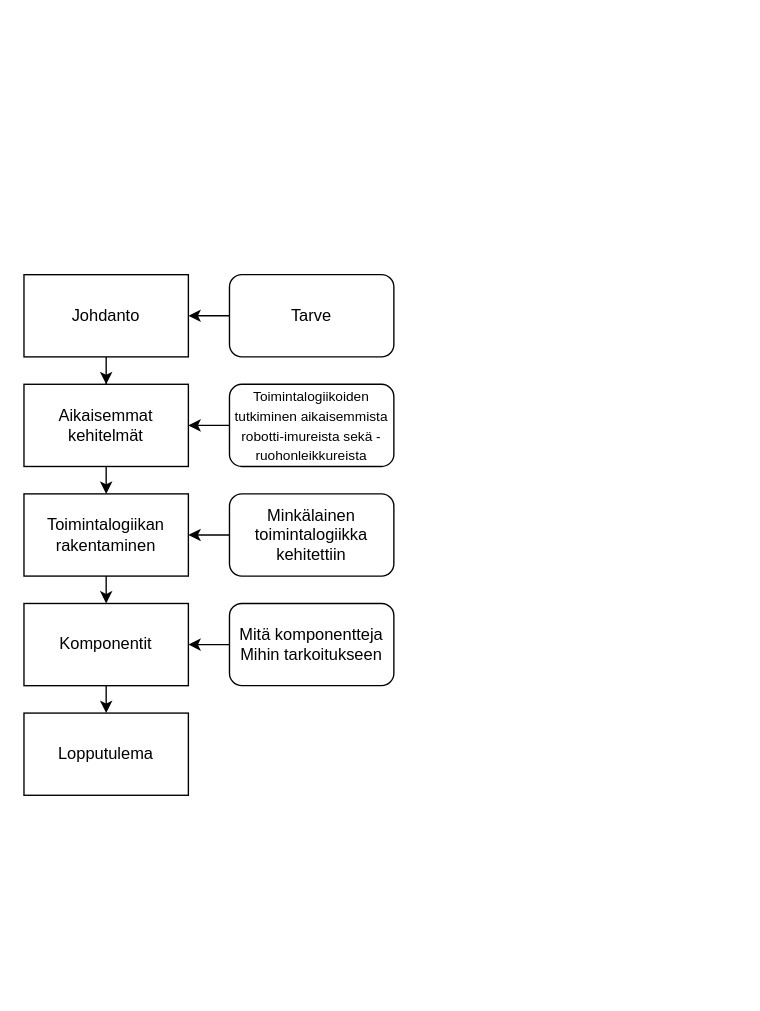
The draw.io diagram thesis_delimination_and_timing.drawio in ihalainev/harjarobotti, before the edit. Source tidied: cells renumbered, new cells numbered last; positions are measured from the earlier drawing's top-left corner, leaving out a move shared by most shapes. Both pictures are drawn from the tidied source at 137%, with x=0, y=0 at pixel (23, 274).
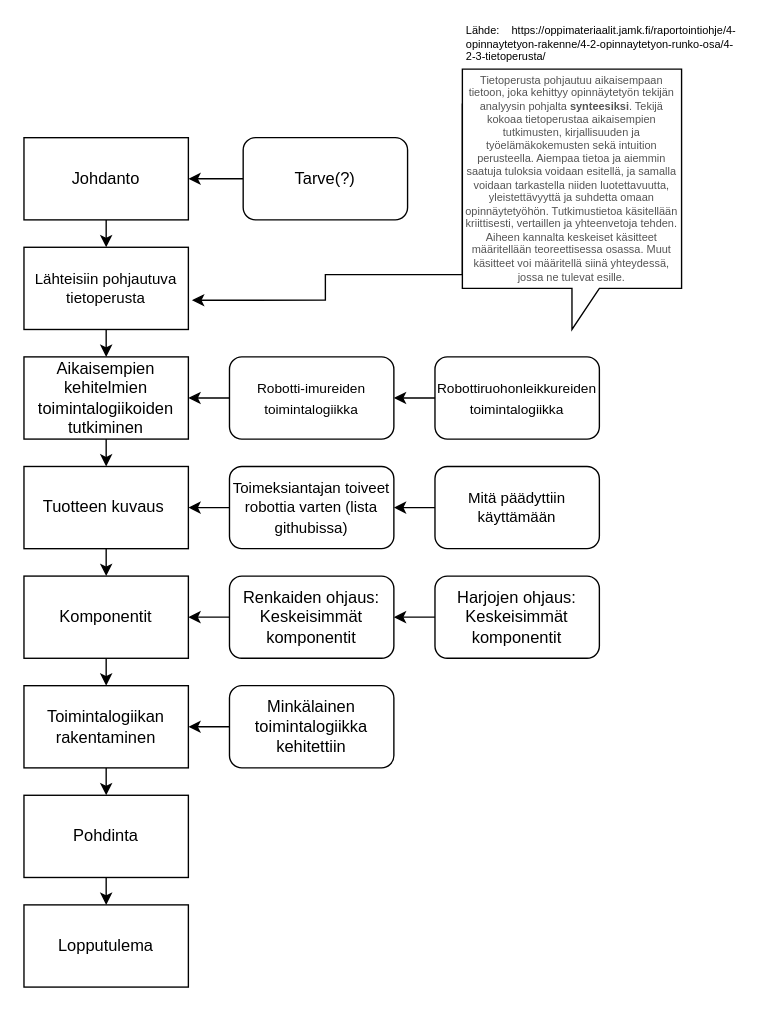
The same page after the edit.

What changed in the source:
```diff
@@
-    <mxCell id="2" style="edgeStyle=orthogonalEdgeStyle;rounded=0;jettySize=auto;html=1;exitX=0.5;exitY=1;exitDx=0;exitDy=0;" parent="1" edge="1" source="3" target="9">
-      <mxGeometry relative="1" as="geometry" />
-    </mxCell>
+    <mxCell id="19" style="edgeStyle=orthogonalEdgeStyle;rounded=0;jettySize=auto;html=1;exitX=0.5;exitY=1;exitDx=0;exitDy=0;entryX=0.5;entryY=0;entryDx=0;entryDy=0;fontSize=11;" parent="1" edge="1" source="3" target="35">
+      <mxGeometry relative="1" as="geometry" />
+    </mxCell>
     <mxCell id="3" value="Johdanto" style="rounded=0;whiteSpace=wrap;html=1;" parent="1" vertex="1">
-      <mxGeometry width="120" height="60" as="geometry" />
+      <mxGeometry y="-100" width="120" height="60" as="geometry" />
     </mxCell>
-    <mxCell id="4" style="edgeStyle=orthogonalEdgeStyle;rounded=0;jettySize=auto;html=1;exitX=0.5;exitY=1;exitDx=0;exitDy=0;entryX=0.5;entryY=0;entryDx=0;entryDy=0;" parent="1" edge="1" source="5" target="7">
-      <mxGeometry relative="1" as="geometry" />
-    </mxCell>
+    <mxCell id="20" style="edgeStyle=orthogonalEdgeStyle;rounded=0;jettySize=auto;html=1;exitX=0.5;exitY=1;exitDx=0;exitDy=0;entryX=0.5;entryY=0;entryDx=0;entryDy=0;fontSize=8;" parent="1" edge="1" source="5" target="40">
+      <mxGeometry relative="1" as="geometry" />
+    </mxCell>
     <mxCell id="5" value="Toimintalogiikan rakentaminen" style="rounded=0;whiteSpace=wrap;html=1;" parent="1" vertex="1">
-      <mxGeometry y="160" width="120" height="60" as="geometry" />
+      <mxGeometry y="300" width="120" height="60" as="geometry" />
     </mxCell>
-    <mxCell id="6" style="edgeStyle=orthogonalEdgeStyle;rounded=0;jettySize=auto;html=1;exitX=0.5;exitY=1;exitDx=0;exitDy=0;entryX=0.5;entryY=0;entryDx=0;entryDy=0;" parent="1" edge="1" source="7" target="18">
-      <mxGeometry relative="1" as="geometry" />
-    </mxCell>
+    <mxCell id="21" style="edgeStyle=orthogonalEdgeStyle;rounded=0;jettySize=auto;html=1;exitX=0.5;exitY=1;exitDx=0;exitDy=0;entryX=0.5;entryY=0;entryDx=0;entryDy=0;fontSize=8;" parent="1" edge="1" source="7" target="5">
+      <mxGeometry relative="1" as="geometry" />
+    </mxCell>
     <mxCell id="7" value="Komponentit" style="whiteSpace=wrap;html=1;" parent="1" vertex="1">
-      <mxGeometry y="240" width="120" height="60" as="geometry" />
+      <mxGeometry y="220" width="120" height="60" as="geometry" />
     </mxCell>
-    <mxCell id="8" style="edgeStyle=orthogonalEdgeStyle;rounded=0;jettySize=auto;html=1;exitX=0.5;exitY=1;exitDx=0;exitDy=0;entryX=0.5;entryY=0;entryDx=0;entryDy=0;" parent="1" edge="1" source="9" target="5">
-      <mxGeometry relative="1" as="geometry" />
-    </mxCell>
+    <mxCell id="22" style="edgeStyle=orthogonalEdgeStyle;rounded=0;jettySize=auto;html=1;exitX=0.5;exitY=1;exitDx=0;exitDy=0;fontSize=12;entryX=0.5;entryY=0;entryDx=0;entryDy=0;" parent="1" edge="1" source="9" target="29">
+      <mxGeometry relative="1" as="geometry" />
+    </mxCell>
-    <mxCell id="9" value="Aikaisemmat kehitelmät" style="whiteSpace=wrap;html=1;" parent="1" vertex="1">
-      <mxGeometry y="80" width="120" height="60" as="geometry" />
+    <mxCell id="9" value="Aikaisempien kehitelmien toimintalogiikoiden tutkiminen" style="whiteSpace=wrap;html=1;" parent="1" vertex="1">
+      <mxGeometry y="60" width="120" height="60" as="geometry" />
     </mxCell>
-    <mxCell id="10" style="edgeStyle=orthogonalEdgeStyle;rounded=0;jettySize=auto;html=1;exitX=0;exitY=0.5;exitDx=0;exitDy=0;entryX=1;entryY=0.5;entryDx=0;entryDy=0;" parent="1" edge="1" target="3">
-      <mxGeometry relative="1" as="geometry">
-        <mxPoint x="150" y="30" as="sourcePoint" />
-      </mxGeometry>
-    </mxCell>
+    <mxCell id="23" style="edgeStyle=orthogonalEdgeStyle;rounded=0;jettySize=auto;html=1;exitX=0;exitY=0.5;exitDx=0;exitDy=0;entryX=1;entryY=0.5;entryDx=0;entryDy=0;fontSize=12;" parent="1" edge="1" source="11" target="3">
+      <mxGeometry relative="1" as="geometry" />
+    </mxCell>
-    <mxCell id="11" value="Tarve" style="rounded=1;whiteSpace=wrap;html=1;" parent="1" vertex="1">
-      <mxGeometry x="150" width="120" height="60" as="geometry" />
+    <mxCell id="11" value="Tarve(?)" style="rounded=1;whiteSpace=wrap;html=1;" parent="1" vertex="1">
+      <mxGeometry x="160" y="-100" width="120" height="60" as="geometry" />
     </mxCell>
@@
-    <mxCell id="13" value="&lt;font style=&quot;font-size: 10px&quot;&gt;Toimintalogiikoiden tutkiminen aikaisemmista robotti-imureista sekä -ruohonleikkureista&lt;/font&gt;" style="rounded=1;whiteSpace=wrap;html=1;" parent="1" vertex="1">
-      <mxGeometry x="150" y="80" width="120" height="60" as="geometry" />
+    <mxCell id="13" value="&lt;font style=&quot;font-size: 10px&quot;&gt;Robotti-imureiden toimintalogiikka&lt;/font&gt;" style="rounded=1;whiteSpace=wrap;html=1;" parent="1" vertex="1">
+      <mxGeometry x="150" y="60" width="120" height="60" as="geometry" />
     </mxCell>
@@
     <mxCell id="15" value="Minkälainen toimintalogiikka kehitettiin" style="rounded=1;whiteSpace=wrap;html=1;" parent="1" vertex="1">
-      <mxGeometry x="150" y="160" width="120" height="60" as="geometry" />
+      <mxGeometry x="150" y="300" width="120" height="60" as="geometry" />
     </mxCell>
@@
-    <mxCell id="17" value="Mitä komponentteja Mihin tarkoitukseen" style="rounded=1;whiteSpace=wrap;html=1;" parent="1" vertex="1">
-      <mxGeometry x="150" y="240" width="120" height="60" as="geometry" />
+    <mxCell id="17" value="Renkaiden ohjaus: Keskeisimmät komponentit" style="rounded=1;whiteSpace=wrap;html=1;" parent="1" vertex="1">
+      <mxGeometry x="150" y="220" width="120" height="60" as="geometry" />
     </mxCell>
     <mxCell id="18" value="Lopputulema" style="rounded=0;whiteSpace=wrap;html=1;" parent="1" vertex="1">
-      <mxGeometry y="320" width="120" height="60" as="geometry" />
+      <mxGeometry y="460" width="120" height="60" as="geometry" />
     </mxCell>
+    <mxCell id="24" style="edgeStyle=orthogonalEdgeStyle;rounded=0;jettySize=auto;html=1;exitX=0;exitY=0.5;exitDx=0;exitDy=0;entryX=1;entryY=0.5;entryDx=0;entryDy=0;" parent="1" edge="1" source="25" target="13">
+      <mxGeometry relative="1" as="geometry" />
+    </mxCell>
+    <mxCell id="25" value="&lt;div&gt;&lt;span&gt;&lt;font style=&quot;font-size: 10px&quot;&gt;Robottiruohonleikkureiden toimintalogiikka&lt;/font&gt;&lt;/span&gt;&lt;/div&gt;" style="rounded=1;whiteSpace=wrap;html=1;align=center;" parent="1" vertex="1">
+      <mxGeometry x="300" y="60" width="120" height="60" as="geometry" />
+    </mxCell>
+    <mxCell id="26" style="edgeStyle=orthogonalEdgeStyle;rounded=0;jettySize=auto;html=1;exitX=0;exitY=0.5;exitDx=0;exitDy=0;entryX=1;entryY=0.5;entryDx=0;entryDy=0;fontSize=10;" parent="1" edge="1" source="27" target="17">
+      <mxGeometry relative="1" as="geometry" />
+    </mxCell>
+    <mxCell id="27" value="&lt;font style=&quot;font-size: 12px&quot;&gt;Harjojen ohjaus: Keskeisimmät komponentit&lt;/font&gt;" style="rounded=1;whiteSpace=wrap;html=1;fontSize=10;" parent="1" vertex="1">
+      <mxGeometry x="300" y="220" width="120" height="60" as="geometry" />
+    </mxCell>
+    <mxCell id="28" style="edgeStyle=orthogonalEdgeStyle;rounded=0;jettySize=auto;html=1;exitX=0.5;exitY=1;exitDx=0;exitDy=0;entryX=0.5;entryY=0;entryDx=0;entryDy=0;fontSize=8;" parent="1" edge="1" source="29" target="7">
+      <mxGeometry relative="1" as="geometry" />
+    </mxCell>
+    <mxCell id="29" value="Tuotteen kuvaus&amp;nbsp;" style="rounded=0;whiteSpace=wrap;html=1;fontSize=12;" parent="1" vertex="1">
+      <mxGeometry y="140" width="120" height="60" as="geometry" />
+    </mxCell>
+    <mxCell id="30" style="edgeStyle=orthogonalEdgeStyle;rounded=0;jettySize=auto;html=1;exitX=0;exitY=0.5;exitDx=0;exitDy=0;entryX=1;entryY=0.5;entryDx=0;entryDy=0;fontSize=12;" parent="1" edge="1" source="31" target="29">
+      <mxGeometry relative="1" as="geometry" />
+    </mxCell>
+    <mxCell id="31" value="&lt;font style=&quot;font-size: 11px&quot;&gt;Toimeksiantajan toiveet robottia varten (lista githubissa)&lt;/font&gt;" style="rounded=1;whiteSpace=wrap;html=1;fontSize=12;" parent="1" vertex="1">
+      <mxGeometry x="150" y="140" width="120" height="60" as="geometry" />
+    </mxCell>
+    <mxCell id="32" style="edgeStyle=orthogonalEdgeStyle;rounded=0;jettySize=auto;html=1;exitX=0;exitY=0.5;exitDx=0;exitDy=0;entryX=1;entryY=0.5;entryDx=0;entryDy=0;fontSize=12;" parent="1" edge="1" source="33" target="31">
+      <mxGeometry relative="1" as="geometry" />
+    </mxCell>
+    <mxCell id="33" value="Mitä päädyttiin käyttämään" style="rounded=1;whiteSpace=wrap;html=1;fontSize=11;" parent="1" vertex="1">
+      <mxGeometry x="300" y="140" width="120" height="60" as="geometry" />
+    </mxCell>
+    <mxCell id="34" style="edgeStyle=orthogonalEdgeStyle;rounded=0;jettySize=auto;html=1;exitX=0.5;exitY=1;exitDx=0;exitDy=0;entryX=0.5;entryY=0;entryDx=0;entryDy=0;fontSize=11;" parent="1" edge="1" source="35" target="9">
+      <mxGeometry relative="1" as="geometry" />
+    </mxCell>
+    <mxCell id="35" value="Lähteisiin pohjautuva tietoperusta" style="rounded=0;whiteSpace=wrap;html=1;fontSize=11;" parent="1" vertex="1">
+      <mxGeometry y="-20" width="120" height="60" as="geometry" />
+    </mxCell>
+    <mxCell id="36" style="edgeStyle=orthogonalEdgeStyle;rounded=0;jettySize=auto;html=1;exitX=0;exitY=0;exitDx=0;exitDy=25;exitPerimeter=0;entryX=1.022;entryY=0.644;entryDx=0;entryDy=0;entryPerimeter=0;fontSize=11;" parent="1" edge="1" source="37" target="35">
+      <mxGeometry relative="1" as="geometry">
+        <Array as="points">
+          <mxPoint x="320" />
+          <mxPoint x="220" />
+          <mxPoint x="220" y="19" />
+        </Array>
+      </mxGeometry>
+    </mxCell>
+    <mxCell id="37" value="&#10;&#10;&lt;span style=&quot;color: rgb(84, 84, 84); font-size: 8px; font-style: normal; font-weight: 400; letter-spacing: normal; text-indent: 0px; text-transform: none; word-spacing: 0px; background-color: rgb(255, 255, 255); display: inline; float: none;&quot;&gt;Tietoperusta pohjautuu aikaisempaan tietoon, joka kehittyy opinnäytetyön tekijän analyysin pohjalta&lt;span style=&quot;font-size: 8px;&quot;&gt;&amp;nbsp;&lt;/span&gt;&lt;/span&gt;&lt;strong style=&quot;box-sizing: border-box; border: 0px; font-size: 8px; font-style: normal; font-weight: bold; margin: 0px; outline: 0px; padding: 0px; vertical-align: baseline; color: rgb(84, 84, 84); letter-spacing: normal; text-indent: 0px; text-transform: none; word-spacing: 0px; background-color: rgb(255, 255, 255);&quot;&gt;synteesiksi&lt;/strong&gt;&lt;span style=&quot;color: rgb(84, 84, 84); font-size: 8px; font-style: normal; font-weight: 400; letter-spacing: normal; text-indent: 0px; text-transform: none; word-spacing: 0px; background-color: rgb(255, 255, 255); display: inline; float: none;&quot;&gt;. Tekijä kokoaa tietoperustaa aikaisempien tutkimusten, kirjallisuuden ja työelämäkokemusten sekä intuition perusteella. Aiempaa tietoa ja aiemmin saatuja tuloksia voidaan esitellä, ja samalla voidaan tarkastella niiden luotettavuutta, yleistettävyyttä ja suhdetta omaan opinnäytetyöhön. Tutkimustietoa käsitellään kriittisesti, vertaillen ja yhteenvetoja tehden. Aiheen kannalta keskeiset käsitteet määritellään teoreettisessa osassa. Muut käsitteet voi määritellä siinä yhteydessä, jossa ne tulevat esille.&lt;/span&gt;&#10;&#10;" style="shape=callout;whiteSpace=wrap;html=1;perimeter=calloutPerimeter;fontSize=8;" parent="1" vertex="1">
+      <mxGeometry x="320" y="-150" width="160" height="190" as="geometry" />
+    </mxCell>
+    <mxCell id="38" value="&lt;div style=&quot;text-align: justify&quot;&gt;&lt;span&gt;Lähde: https://oppimateriaalit.jamk.fi/raportointiohje/4-opinnaytetyon-rakenne/4-2-opinnaytetyon-runko-osa/4-2-3-tietoperusta/&lt;/span&gt;&lt;/div&gt;" style="text;html=1;strokeColor=none;fillColor=none;align=left;verticalAlign=middle;whiteSpace=wrap;rounded=0;fontSize=8;" parent="1" vertex="1">
+      <mxGeometry x="321" y="-183" width="199" height="30" as="geometry" />
+    </mxCell>
+    <mxCell id="39" style="edgeStyle=orthogonalEdgeStyle;rounded=0;jettySize=auto;html=1;exitX=0.5;exitY=1;exitDx=0;exitDy=0;entryX=0.5;entryY=0;entryDx=0;entryDy=0;fontSize=8;" parent="1" edge="1" source="40" target="18">
+      <mxGeometry relative="1" as="geometry" />
+    </mxCell>
+    <mxCell id="40" value="&lt;font style=&quot;font-size: 12px&quot;&gt;Pohdinta&lt;/font&gt;" style="rounded=0;whiteSpace=wrap;html=1;fontSize=8;" parent="1" vertex="1">
+      <mxGeometry y="380" width="120" height="60" as="geometry" />
+    </mxCell>
```
